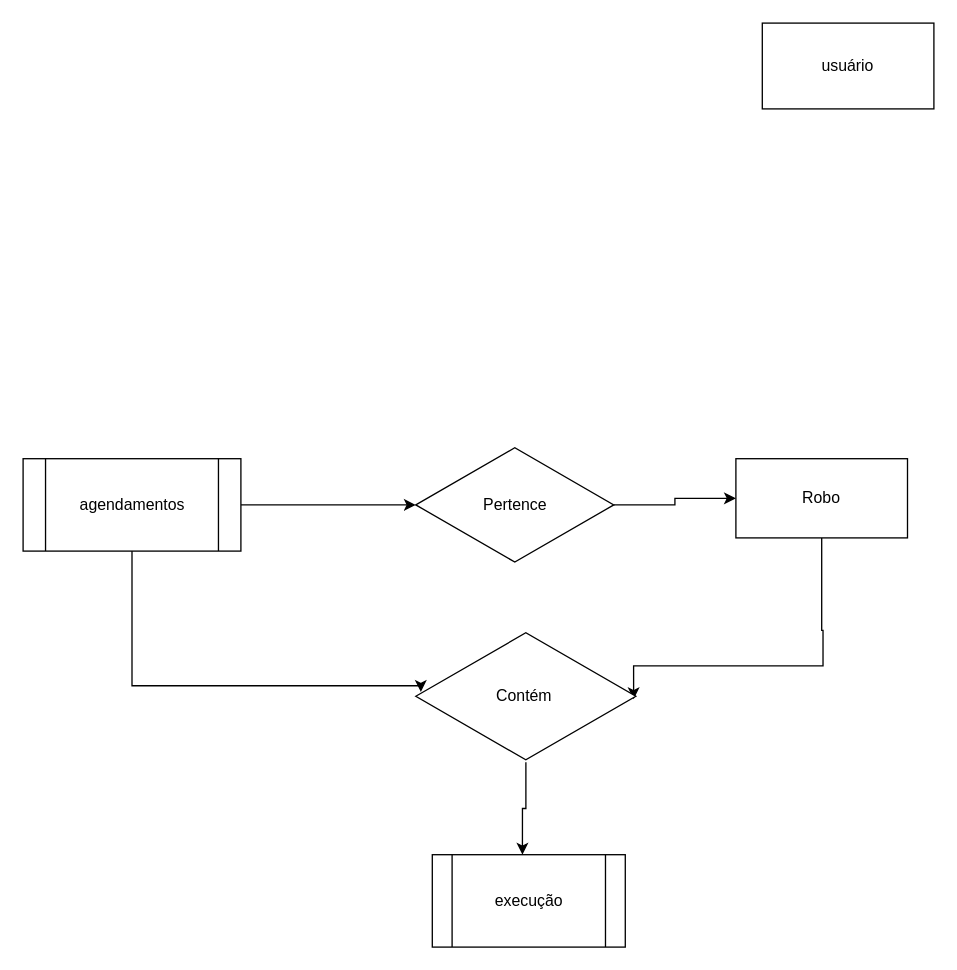
Earlier version of the draw.io diagram database/puppet_master.drawio (BrunodCreator/puppet_master). Source tidied: cells renumbered, new cells numbered last; positions are measured from the earlier drawing's top-left corner, leaving out a move shared by most shapes. Both pictures are drawn from the tidied source at 132%, with x=0, y=0 at pixel (22, 22).
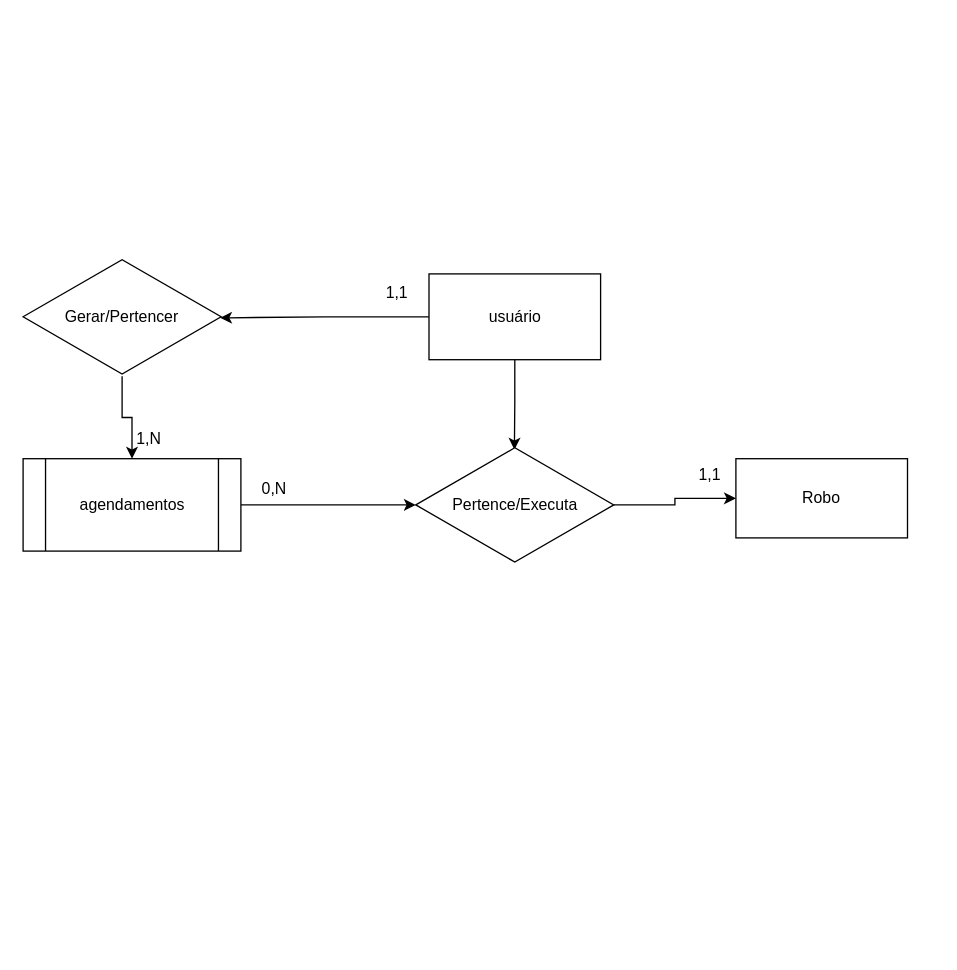
The same diagram, later.

Commit message:
alterando modelo relacional

What changed in the source:
```diff
@@
 <mxGraphModel>
   <root>
     <mxCell id="0" />
     <mxCell id="1" parent="0" />
-    <mxCell id="2" style="edgeStyle=orthogonalEdgeStyle;rounded=0;jettySize=auto;html=1;entryX=0.99;entryY=0.522;entryDx=0;entryDy=0;entryPerimeter=0;" parent="1" edge="1" source="3" target="11">
-      <mxGeometry relative="1" as="geometry">
-        <Array as="points">
-          <mxPoint x="605" y="460" />
-          <mxPoint x="606" y="460" />
-          <mxPoint x="606" y="487" />
-        </Array>
-      </mxGeometry>
-    </mxCell>
     <mxCell id="3" value="Robo" style="rounded=0;whiteSpace=wrap;html=1;" parent="1" vertex="1">
       <mxGeometry x="540" y="330" width="130" height="60" as="geometry" />
     </mxCell>
+    <mxCell id="13" style="edgeStyle=orthogonalEdgeStyle;rounded=0;jettySize=auto;html=1;entryX=0.995;entryY=0.509;entryDx=0;entryDy=0;entryPerimeter=0;" parent="1" edge="1" source="4" target="16">
+      <mxGeometry relative="1" as="geometry" />
+    </mxCell>
+    <mxCell id="14" style="edgeStyle=orthogonalEdgeStyle;rounded=0;jettySize=auto;html=1;entryX=0.498;entryY=0.035;entryDx=0;entryDy=0;entryPerimeter=0;" parent="1" edge="1" source="4" target="10">
+      <mxGeometry relative="1" as="geometry" />
+    </mxCell>
     <mxCell id="4" value="usuário" style="rounded=0;whiteSpace=wrap;html=1;" parent="1" vertex="1">
-      <mxGeometry x="560" width="130" height="65" as="geometry" />
+      <mxGeometry x="307.5" y="190" width="130" height="65" as="geometry" />
     </mxCell>
     <mxCell id="5" style="edgeStyle=orthogonalEdgeStyle;rounded=0;jettySize=auto;html=1;exitX=1;exitY=0.5;exitDx=0;exitDy=0;" parent="1" edge="1" source="7" target="10">
       <mxGeometry relative="1" as="geometry" />
     </mxCell>
-    <mxCell id="6" style="edgeStyle=orthogonalEdgeStyle;rounded=0;jettySize=auto;html=1;exitX=0.5;exitY=1;exitDx=0;exitDy=0;entryX=0.023;entryY=0.467;entryDx=0;entryDy=0;entryPerimeter=0;" parent="1" edge="1" source="7" target="11">
-      <mxGeometry relative="1" as="geometry">
-        <Array as="points">
-          <mxPoint x="83" y="502" />
-        </Array>
-      </mxGeometry>
-    </mxCell>
     <mxCell id="7" value="agendamentos" style="shape=process;whiteSpace=wrap;html=1;backgroundOutline=1;" parent="1" vertex="1">
       <mxGeometry y="330" width="165" height="70" as="geometry" />
     </mxCell>
-    <mxCell id="8" value="execução" style="shape=process;whiteSpace=wrap;html=1;backgroundOutline=1;" parent="1" vertex="1">
-      <mxGeometry x="310" y="630" width="146.2" height="70" as="geometry" />
-    </mxCell>
     <mxCell id="9" style="edgeStyle=orthogonalEdgeStyle;rounded=0;jettySize=auto;html=1;entryX=0;entryY=0.5;entryDx=0;entryDy=0;" parent="1" edge="1" source="10" target="3">
       <mxGeometry relative="1" as="geometry" />
     </mxCell>
-    <mxCell id="10" value="Pertence" style="html=1;whiteSpace=wrap;shape=isoRectangle;" parent="1" vertex="1">
+    <mxCell id="10" value="Pertence/Executa" style="html=1;whiteSpace=wrap;shape=isoRectangle;" parent="1" vertex="1">
       <mxGeometry x="297.5" y="320" width="150" height="90" as="geometry" />
     </mxCell>
-    <mxCell id="11" value="Contém&amp;nbsp;" style="html=1;whiteSpace=wrap;shape=isoRectangle;" parent="1" vertex="1">
-      <mxGeometry x="297.5" y="460" width="166.7" height="100" as="geometry" />
-    </mxCell>
-    <mxCell id="12" style="edgeStyle=orthogonalEdgeStyle;rounded=0;jettySize=auto;html=1;entryX=0.467;entryY=0;entryDx=0;entryDy=0;entryPerimeter=0;" parent="1" edge="1" source="11" target="8">
-      <mxGeometry relative="1" as="geometry" />
-    </mxCell>
+    <mxCell id="15" style="edgeStyle=orthogonalEdgeStyle;rounded=0;jettySize=auto;html=1;" parent="1" edge="1" source="16" target="7">
+      <mxGeometry relative="1" as="geometry" />
+    </mxCell>
+    <mxCell id="16" value="Gerar/Pertencer" style="html=1;whiteSpace=wrap;shape=isoRectangle;" parent="1" vertex="1">
+      <mxGeometry y="177.5" width="150" height="90" as="geometry" />
+    </mxCell>
+    <mxCell id="17" value="1,N" style="text;html=1;align=center;verticalAlign=middle;strokeColor=none;fillColor=none;" parent="1" vertex="1">
+      <mxGeometry x="75" y="300" width="40" height="30" as="geometry" />
+    </mxCell>
+    <mxCell id="18" value="1,1" style="text;html=1;align=center;verticalAlign=middle;strokeColor=none;fillColor=none;" parent="1" vertex="1">
+      <mxGeometry x="262.5" y="190" width="40" height="30" as="geometry" />
+    </mxCell>
+    <mxCell id="19" value="0,N" style="text;html=1;align=center;verticalAlign=middle;strokeColor=none;fillColor=none;" parent="1" vertex="1">
+      <mxGeometry x="170" y="338" width="40" height="30" as="geometry" />
+    </mxCell>
+    <mxCell id="20" value="1,1" style="text;html=1;align=center;verticalAlign=middle;strokeColor=none;fillColor=none;" parent="1" vertex="1">
+      <mxGeometry x="500" y="328" width="40" height="30" as="geometry" />
+    </mxCell>
   </root>
 </mxGraphModel>
```
